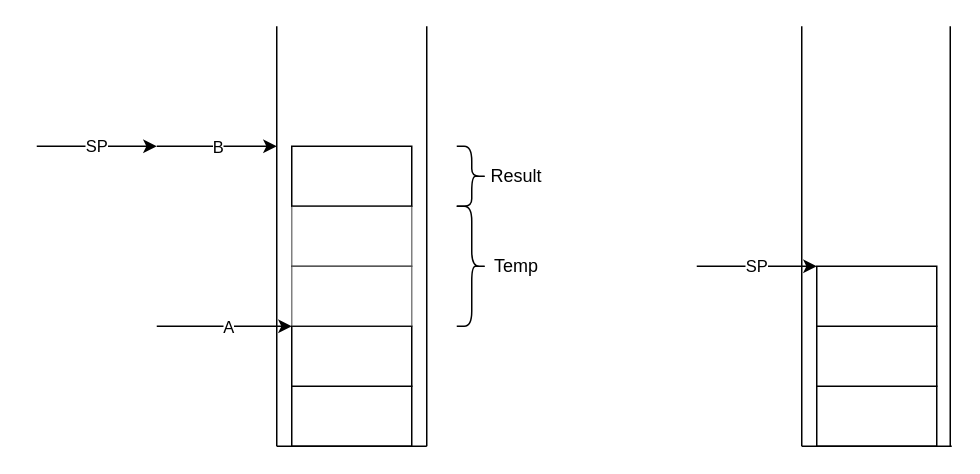
The draw.io diagram page "GC" (9 of 11) of SectorLisp.drawio in guitarvydas/ptsectorlisp, before the edit. Source tidied: cells renumbered, new cells numbered last; positions are measured from the earlier drawing's top-left corner, leaving out a move shared by most shapes. Both pictures are drawn from the tidied source at 150%, with x=0, y=0 at pixel (36, 26).
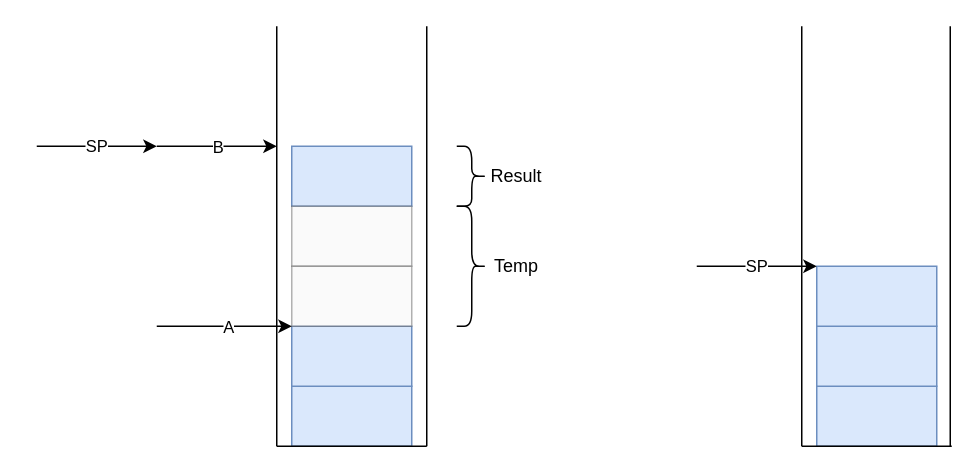
After the change.

Diff of the diagram source:
```diff
@@
-    <mxCell id="2" style="rounded=0;whiteSpace=wrap;html=1;" parent="1" vertex="1">
+    <mxCell id="2" style="rounded=0;whiteSpace=wrap;html=1;fillColor=#dae8fc;strokeColor=#6c8ebf;" parent="1" vertex="1">
       <mxGeometry x="170" y="240" width="80" height="40" as="geometry" />
     </mxCell>
-    <mxCell id="3" style="rounded=0;whiteSpace=wrap;html=1;" parent="1" vertex="1">
+    <mxCell id="3" style="rounded=0;whiteSpace=wrap;html=1;fillColor=#dae8fc;strokeColor=#6c8ebf;" parent="1" vertex="1">
       <mxGeometry x="170" y="200" width="80" height="40" as="geometry" />
     </mxCell>
-    <mxCell id="4" style="rounded=0;whiteSpace=wrap;html=1;" parent="1" vertex="1">
+    <mxCell id="4" style="rounded=0;whiteSpace=wrap;html=1;fillColor=#dae8fc;strokeColor=#6c8ebf;" parent="1" vertex="1">
       <mxGeometry x="170" y="80" width="80" height="40" as="geometry" />
     </mxCell>
@@
-    <mxCell id="7" style="rounded=0;whiteSpace=wrap;html=1;opacity=50;" parent="1" vertex="1">
+    <mxCell id="7" style="rounded=0;whiteSpace=wrap;html=1;opacity=50;fillColor=#f5f5f5;strokeColor=#666666;fontColor=#333333;" parent="1" vertex="1">
       <mxGeometry x="170" y="120" width="80" height="40" as="geometry" />
     </mxCell>
-    <mxCell id="8" style="rounded=0;whiteSpace=wrap;html=1;opacity=50;" parent="1" vertex="1">
+    <mxCell id="8" style="rounded=0;whiteSpace=wrap;html=1;opacity=50;fillColor=#f5f5f5;strokeColor=#666666;fontColor=#333333;" parent="1" vertex="1">
       <mxGeometry x="170" y="160" width="80" height="40" as="geometry" />
     </mxCell>
@@
-    <mxCell id="18" style="rounded=0;whiteSpace=wrap;html=1;" parent="1" vertex="1">
+    <mxCell id="18" style="rounded=0;whiteSpace=wrap;html=1;fillColor=#dae8fc;strokeColor=#6c8ebf;" parent="1" vertex="1">
       <mxGeometry x="520" y="240" width="80" height="40" as="geometry" />
     </mxCell>
-    <mxCell id="19" style="rounded=0;whiteSpace=wrap;html=1;" parent="1" vertex="1">
+    <mxCell id="19" style="rounded=0;whiteSpace=wrap;html=1;fillColor=#dae8fc;strokeColor=#6c8ebf;" parent="1" vertex="1">
       <mxGeometry x="520" y="200" width="80" height="40" as="geometry" />
     </mxCell>
-    <mxCell id="20" style="rounded=0;whiteSpace=wrap;html=1;" parent="1" vertex="1">
+    <mxCell id="20" style="rounded=0;whiteSpace=wrap;html=1;fillColor=#dae8fc;strokeColor=#6c8ebf;" parent="1" vertex="1">
       <mxGeometry x="520" y="160" width="80" height="40" as="geometry" />
     </mxCell>
```
